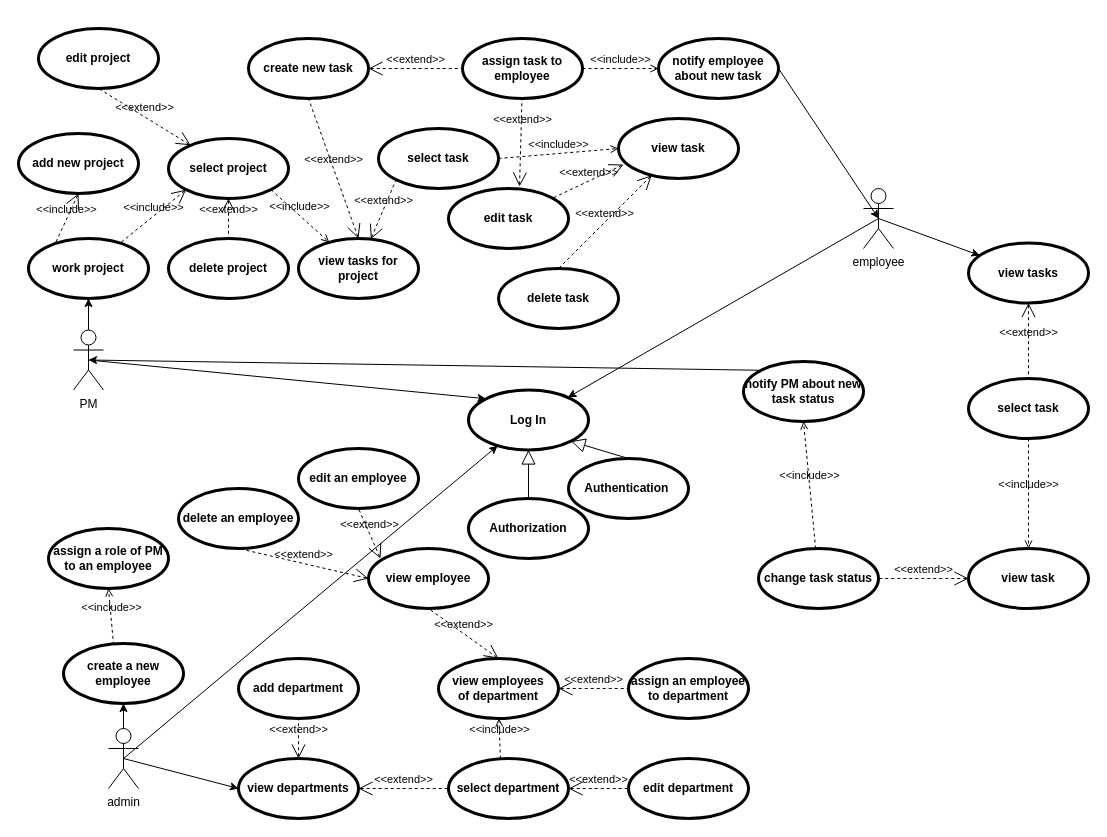
The draw.io diagram documents/use_case.drawio in OlegKarasiov/zvit, before the edit. Source tidied: cells renumbered, new cells numbered last; positions are measured from the earlier drawing's top-left corner, leaving out a move shared by most shapes. Both pictures are drawn from the tidied source at 100%, with x=0, y=0 at pixel (18, 28).
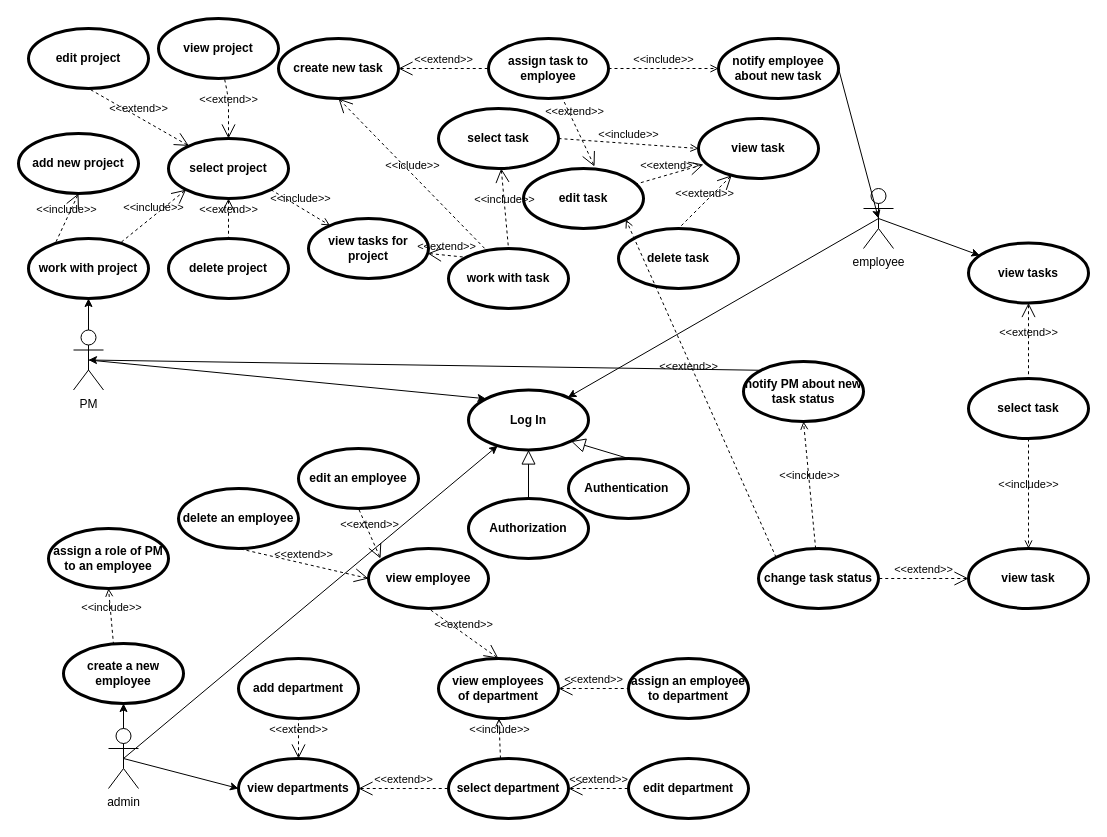
The same diagram, later.

Commit message (it also covers changes not shown here):
upd classes and use-case

Unchanged cells that the change refers to:
```xml
<mxCell id="22" value="change task status" style="shape=ellipse;html=1;strokeWidth=3;fontStyle=1;whiteSpace=wrap;align=center;perimeter=ellipsePerimeter;" parent="1" vertex="1">
  <mxGeometry x="740" y="520" width="120" height="60" as="geometry" />
</mxCell>
<mxCell id="46" value="select project" style="shape=ellipse;html=1;strokeWidth=3;fontStyle=1;whiteSpace=wrap;align=center;perimeter=ellipsePerimeter;" parent="1" vertex="1">
  <mxGeometry x="150" y="110" width="120" height="60" as="geometry" />
</mxCell>
```

What changed in the source:
```diff
@@
     <mxCell id="11" value="create new task" style="shape=ellipse;html=1;strokeWidth=3;fontStyle=1;whiteSpace=wrap;align=center;perimeter=ellipsePerimeter;" parent="1" vertex="1">
-      <mxGeometry x="230" y="10" width="120" height="60" as="geometry" />
+      <mxGeometry x="260" y="10" width="120" height="60" as="geometry" />
     </mxCell>
     <mxCell id="12" value="assign task to employee" style="shape=ellipse;html=1;strokeWidth=3;fontStyle=1;whiteSpace=wrap;align=center;perimeter=ellipsePerimeter;" parent="1" vertex="1">
-      <mxGeometry x="444" y="10" width="120" height="60" as="geometry" />
+      <mxGeometry x="470" y="10" width="120" height="60" as="geometry" />
     </mxCell>
@@
     <mxCell id="14" value="edit task" style="shape=ellipse;html=1;strokeWidth=3;fontStyle=1;whiteSpace=wrap;align=center;perimeter=ellipsePerimeter;" parent="1" vertex="1">
-      <mxGeometry x="430" y="160" width="120" height="60" as="geometry" />
+      <mxGeometry x="505" y="140" width="120" height="60" as="geometry" />
     </mxCell>
@@
     <mxCell id="16" value="notify employee about new task" style="shape=ellipse;html=1;strokeWidth=3;fontStyle=1;whiteSpace=wrap;align=center;perimeter=ellipsePerimeter;" parent="1" vertex="1">
-      <mxGeometry x="640" y="10" width="120" height="60" as="geometry" />
+      <mxGeometry x="700" y="10" width="120" height="60" as="geometry" />
     </mxCell>
@@
     <mxCell id="34" value="select task" style="shape=ellipse;html=1;strokeWidth=3;fontStyle=1;whiteSpace=wrap;align=center;perimeter=ellipsePerimeter;" parent="1" vertex="1">
-      <mxGeometry x="360" y="100" width="120" height="60" as="geometry" />
+      <mxGeometry x="420" y="80" width="120" height="60" as="geometry" />
     </mxCell>
-    <mxCell id="35" value="work&amp;nbsp;project" style="shape=ellipse;html=1;strokeWidth=3;fontStyle=1;whiteSpace=wrap;align=center;perimeter=ellipsePerimeter;" parent="1" vertex="1">
+    <mxCell id="35" value="work with project" style="shape=ellipse;html=1;strokeWidth=3;fontStyle=1;whiteSpace=wrap;align=center;perimeter=ellipsePerimeter;" parent="1" vertex="1">
       <mxGeometry x="10" y="210" width="120" height="60" as="geometry" />
     </mxCell>
     <mxCell id="36" value="edit project" style="shape=ellipse;html=1;strokeWidth=3;fontStyle=1;whiteSpace=wrap;align=center;perimeter=ellipsePerimeter;" parent="1" vertex="1">
-      <mxGeometry x="20" width="120" height="60" as="geometry" />
+      <mxGeometry x="10" width="120" height="60" as="geometry" />
     </mxCell>
@@
     <mxCell id="49" value="view tasks for project" style="shape=ellipse;html=1;strokeWidth=3;fontStyle=1;whiteSpace=wrap;align=center;perimeter=ellipsePerimeter;" parent="1" vertex="1">
-      <mxGeometry x="280" y="210" width="120" height="60" as="geometry" />
+      <mxGeometry x="290" y="190" width="120" height="60" as="geometry" />
     </mxCell>
@@
     <mxCell id="54" value="view task" style="shape=ellipse;html=1;strokeWidth=3;fontStyle=1;whiteSpace=wrap;align=center;perimeter=ellipsePerimeter;" parent="1" vertex="1">
-      <mxGeometry x="600" y="90" width="120" height="60" as="geometry" />
+      <mxGeometry x="680" y="90" width="120" height="60" as="geometry" />
     </mxCell>
@@
-    <mxCell id="56" value="&amp;lt;&amp;lt;extend&amp;gt;&amp;gt;" style="edgeStyle=none;html=1;startArrow=open;endArrow=none;startSize=12;verticalAlign=bottom;dashed=1;labelBackgroundColor=none;exitX=0.5;exitY=0;exitDx=0;exitDy=0;entryX=0.5;entryY=1;entryDx=0;entryDy=0;" parent="1" edge="1" source="49" target="11">
+    <mxCell id="56" value="&amp;lt;&amp;lt;iclude&amp;gt;&amp;gt;" style="edgeStyle=none;html=1;startArrow=open;endArrow=none;startSize=12;verticalAlign=bottom;dashed=1;labelBackgroundColor=none;exitX=0.5;exitY=1;exitDx=0;exitDy=0;entryX=0.319;entryY=0.035;entryDx=0;entryDy=0;entryPerimeter=0;" parent="1" edge="1" source="11" target="77">
       <mxGeometry relative="1" as="geometry" />
     </mxCell>
@@
     <mxCell id="58" value="delete task" style="shape=ellipse;html=1;strokeWidth=3;fontStyle=1;whiteSpace=wrap;align=center;perimeter=ellipsePerimeter;" parent="1" vertex="1">
-      <mxGeometry x="480" y="240" width="120" height="60" as="geometry" />
+      <mxGeometry x="600" y="200" width="120" height="60" as="geometry" />
     </mxCell>
@@
-    <mxCell id="60" value="&amp;lt;&amp;lt;extend&amp;gt;&amp;gt;" style="edgeStyle=none;html=1;startArrow=open;endArrow=none;startSize=12;verticalAlign=bottom;dashed=1;labelBackgroundColor=none;entryX=0;entryY=1;entryDx=0;entryDy=0;" parent="1" edge="1" source="49" target="34">
+    <mxCell id="60" value="&amp;lt;&amp;lt;extend&amp;gt;&amp;gt;" style="edgeStyle=none;html=1;startArrow=open;endArrow=none;startSize=12;verticalAlign=bottom;dashed=1;labelBackgroundColor=none;entryX=0;entryY=0;entryDx=0;entryDy=0;" parent="1" edge="1" source="49" target="77">
       <mxGeometry relative="1" as="geometry" />
     </mxCell>
@@
+    <mxCell id="74" value="view project" style="shape=ellipse;html=1;strokeWidth=3;fontStyle=1;whiteSpace=wrap;align=center;perimeter=ellipsePerimeter;" parent="1" vertex="1">
+      <mxGeometry x="140" y="-10" width="120" height="60" as="geometry" />
+    </mxCell>
+    <mxCell id="75" value="&amp;lt;&amp;lt;extend&amp;gt;&amp;gt;" style="edgeStyle=none;html=1;startArrow=open;endArrow=none;startSize=12;verticalAlign=bottom;dashed=1;labelBackgroundColor=none;exitX=0.5;exitY=0;exitDx=0;exitDy=0;" parent="1" edge="1" source="46" target="74">
+      <mxGeometry relative="1" as="geometry">
+        <Array as="points">
+          <mxPoint x="210" y="70" />
+        </Array>
+      </mxGeometry>
+    </mxCell>
+    <mxCell id="76" value="&amp;lt;&amp;lt;extend&amp;gt;&amp;gt;" style="edgeStyle=none;html=1;endArrow=open;verticalAlign=bottom;dashed=1;labelBackgroundColor=none;exitX=0;exitY=0;exitDx=0;exitDy=0;entryX=1;entryY=1;entryDx=0;entryDy=0;" parent="1" edge="1" source="22" target="14">
+      <mxGeometry x="0.09" y="6" relative="1" as="geometry">
+        <mxPoint y="-1" as="offset" />
+      </mxGeometry>
+    </mxCell>
+    <mxCell id="77" value="work with task" style="shape=ellipse;html=1;strokeWidth=3;fontStyle=1;whiteSpace=wrap;align=center;perimeter=ellipsePerimeter;" parent="1" vertex="1">
+      <mxGeometry x="430" y="220" width="120" height="60" as="geometry" />
+    </mxCell>
+    <mxCell id="78" value="&amp;lt;&amp;lt;include&amp;gt;&amp;gt;" style="edgeStyle=none;html=1;startArrow=open;endArrow=none;startSize=12;verticalAlign=bottom;dashed=1;labelBackgroundColor=none;entryX=0.5;entryY=0;entryDx=0;entryDy=0;" parent="1" edge="1" source="34" target="77">
+      <mxGeometry relative="1" as="geometry" />
+    </mxCell>
```
